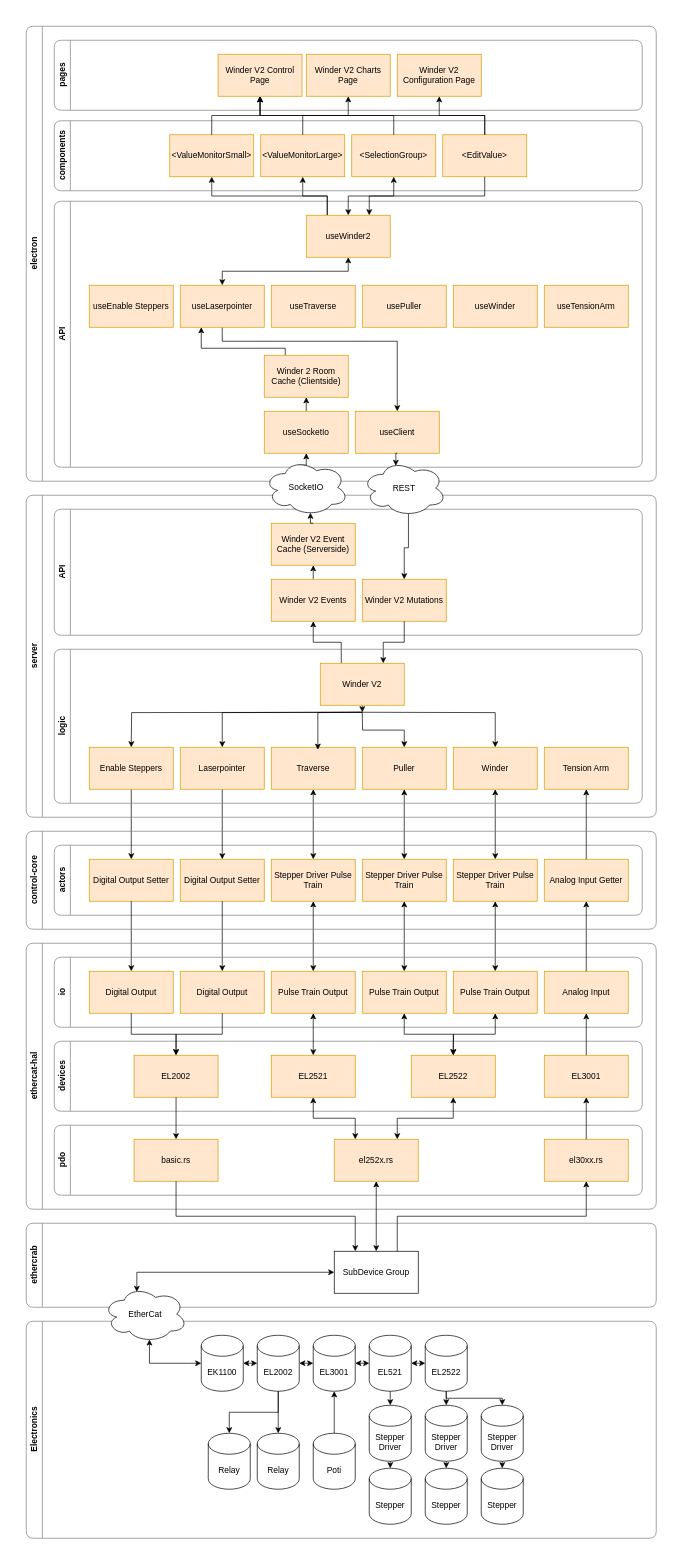
Above: docs/drawio/architecture-overview.drawio in qitechgmbh/control (draw.io), before the change. Source tidied: cells renumbered, new cells numbered last; positions are measured from the earlier drawing's top-left corner, leaving out a move shared by most shapes. Both pictures are drawn from the tidied source at 70%, with x=0, y=0 at pixel (12, 12).
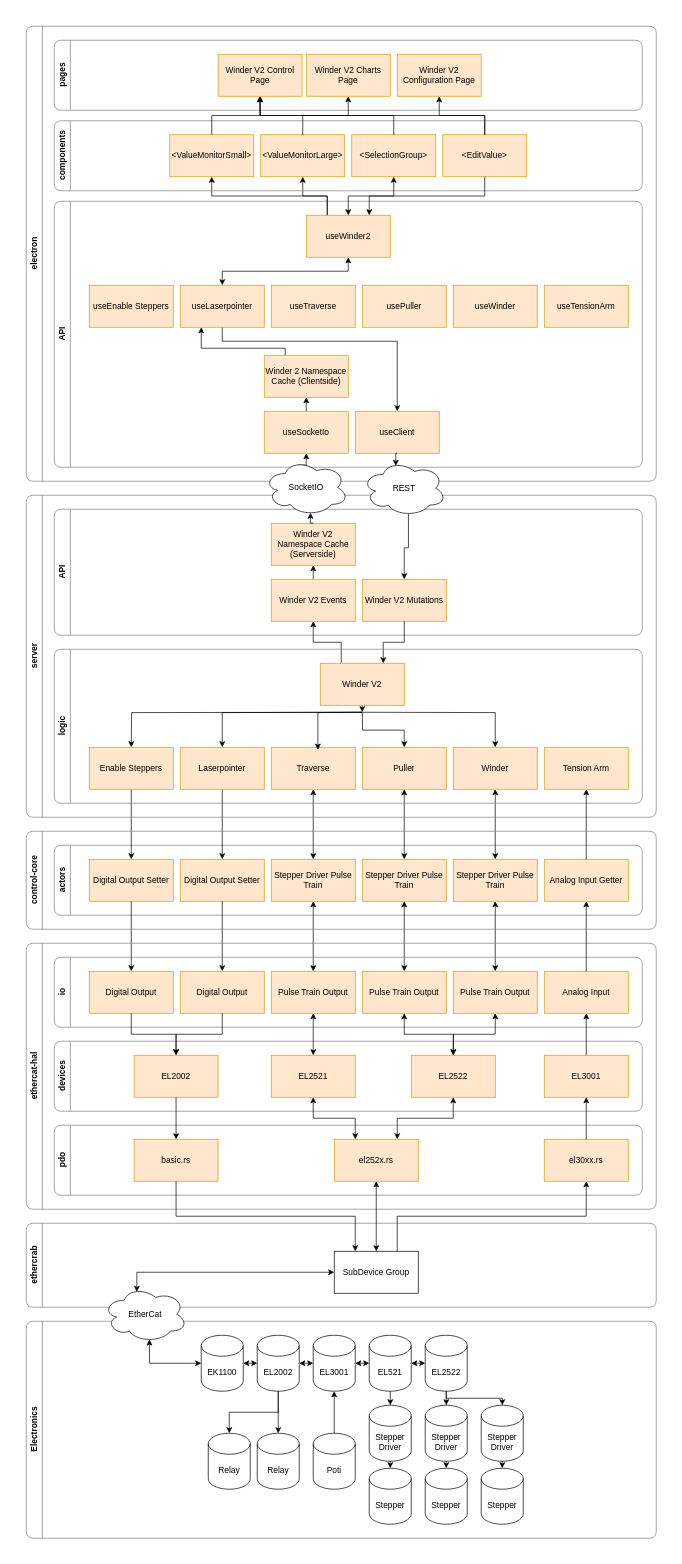
The same diagram, later.

The change refers to these unchanged cells:
```xml
<mxCell id="2" style="swimlane;startSize=0;swimlaneFillColor=default;strokeColor=none;" parent="1" vertex="1">
  <mxGeometry width="940" height="2200" as="geometry" />
</mxCell>
<mxCell id="48" value="API" style="swimlane;horizontal=0;whiteSpace=wrap;html=1;gradientColor=none;rounded=1;shadow=0;strokeColor=#808080;" parent="47" vertex="1">
  <mxGeometry x="40" y="20" width="840" height="180" as="geometry" />
</mxCell>
```

What changed in the source:
```diff
@@
-    <mxCell id="52" value="Winder V2 Event Cache (Serverside)" style="rounded=0;whiteSpace=wrap;html=1;fillColor=#ffe6cc;strokeColor=#d79b00;" parent="48" vertex="1">
+    <mxCell id="52" value="Winder V2 Namespace Cache (Serverside)" style="rounded=0;whiteSpace=wrap;html=1;fillColor=#ffe6cc;strokeColor=#d79b00;" parent="48" vertex="1">
       <mxGeometry x="310" y="20" width="120" height="60" as="geometry" />
     </mxCell>
@@
-    <mxCell id="117" value="Winder 2 Room Cache (Clientside)" style="rounded=0;whiteSpace=wrap;html=1;fillColor=#ffe6cc;strokeColor=#d79b00;" parent="2" vertex="1">
+    <mxCell id="117" value="Winder 2 Namespace Cache (Clientside)" style="rounded=0;whiteSpace=wrap;html=1;fillColor=#ffe6cc;strokeColor=#d79b00;" parent="2" vertex="1">
       <mxGeometry x="360" y="490" width="120" height="60" as="geometry" />
     </mxCell>
```
